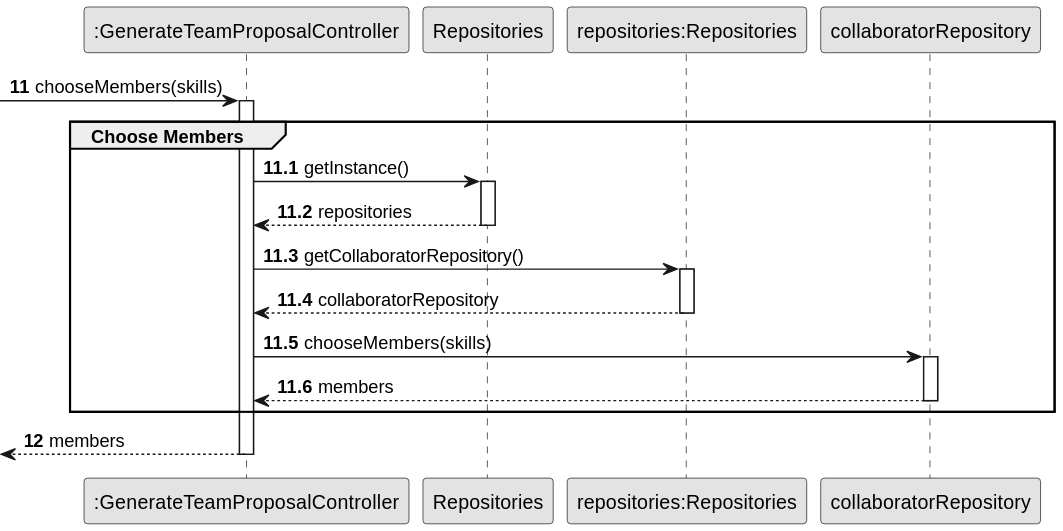
Above: docs/sprintB/us005/03.design/svg/us005-sequence-diagram-partial-choose-members.svg in diogoveirospro/lei-24-s2-1dg-g072 (PlantUML), before the change. The source it was exported from:
```plantuml
@startuml
skinparam monochrome true
skinparam packageStyle rectangle
skinparam shadowing false



participant ":GenerateTeamProposalController" as CTRL
participant Repositories
participant "repositories:Repositories" as REP
participant "collaboratorRepository" as COLREP

autonumber 11
-> CTRL : chooseMembers(skills)
autonumber 11.1
activate CTRL

    group Choose Members

        CTRL -> Repositories: getInstance()
        activate Repositories

            Repositories --> CTRL: repositories
        deactivate Repositories

        CTRL -> REP: getCollaboratorRepository()
        activate REP

            REP --> CTRL: collaboratorRepository
        deactivate REP

        CTRL -> COLREP: chooseMembers(skills)
        activate COLREP

            COLREP --> CTRL: members
        deactivate COLREP
    end

    autonumber 12
    <-- CTRL : members
deactivate CTRL
@enduml
```
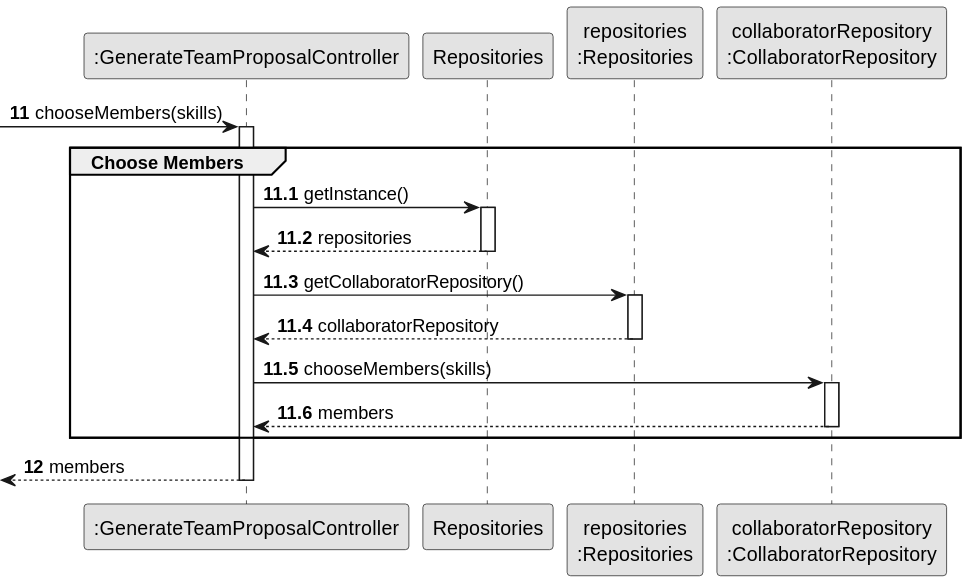
The same diagram one commit later.

What changed in the source:
```diff
@@ -7,8 +7,8 @@
 
 participant ":GenerateTeamProposalController" as CTRL
 participant Repositories
-participant "repositories:Repositories" as REP
-participant "collaboratorRepository" as COLREP
+participant "repositories\n:Repositories" as REP
+participant "collaboratorRepository\n:CollaboratorRepository" as COLREP
 
 autonumber 11
 -> CTRL : chooseMembers(skills)
```
